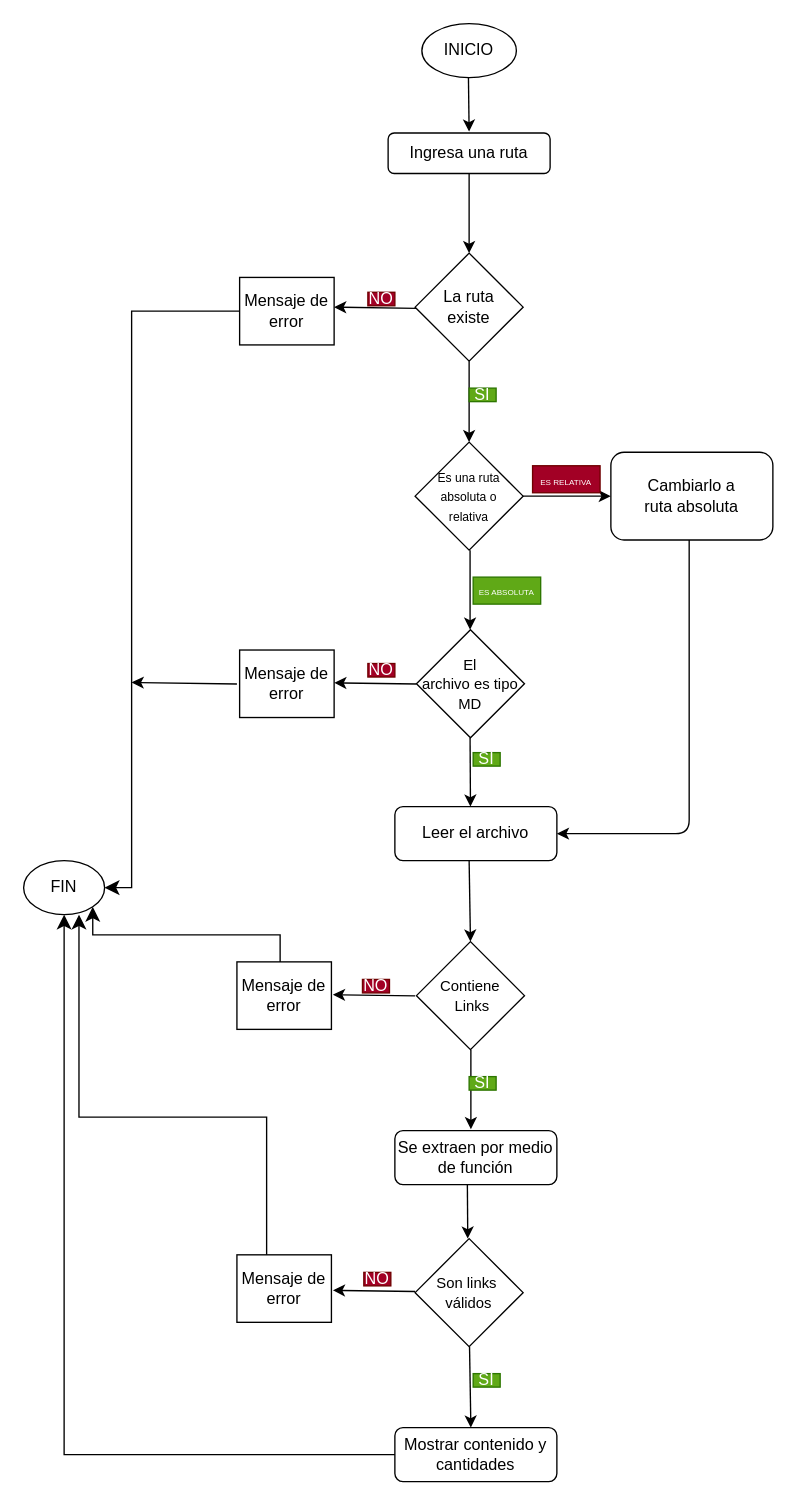
Before: diagrama.drawio in PQ2505/DEV002-md-links, a draw.io diagram. Source tidied: cells renumbered, new cells numbered last; positions are measured from the earlier drawing's top-left corner, leaving out a move shared by most shapes. Both pictures are drawn from the tidied source at 135%, with x=0, y=0 at pixel (23, 23).
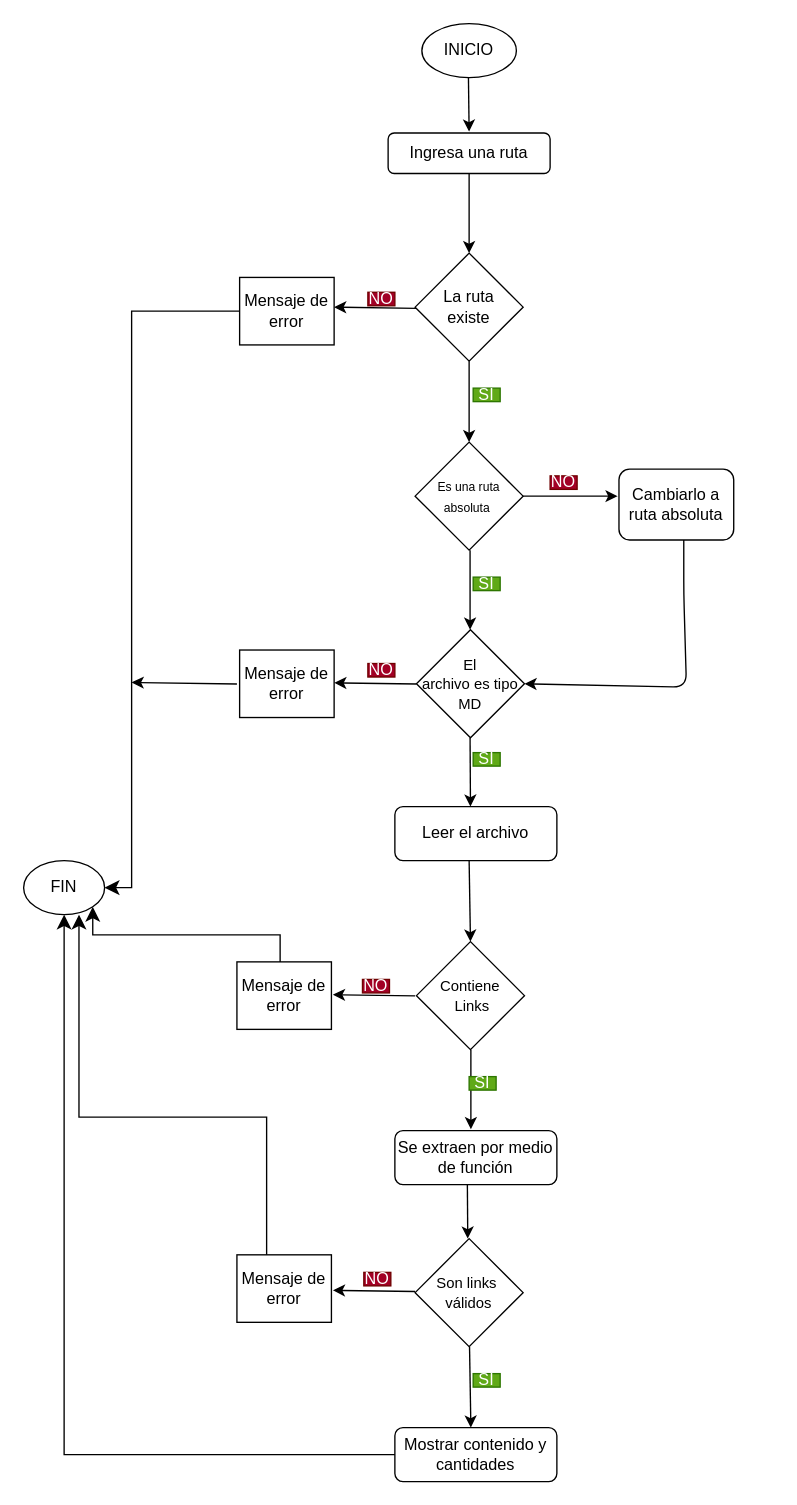
The same diagram, later.

The change refers to these unchanged cells:
```xml
<mxCell id="21" value="&lt;font style=&quot;font-size: 11px;&quot;&gt;El &lt;br&gt;archivo es tipo MD&lt;br&gt;&lt;/font&gt;" style="rhombus;whiteSpace=wrap;html=1;" parent="1" vertex="1">
  <mxGeometry x="291" y="449" width="80" height="80" as="geometry" />
</mxCell>
<mxCell id="22" value="Leer el archivo" style="rounded=1;whiteSpace=wrap;html=1;" parent="1" vertex="1">
  <mxGeometry x="275" y="580" width="120" height="40" as="geometry" />
</mxCell>
```

Change to the diagram source:
```diff
@@
     <mxCell id="9" value="SI" style="text;html=1;strokeColor=#2D7600;fillColor=#60a917;align=center;verticalAlign=middle;whiteSpace=wrap;rounded=0;fontColor=#ffffff;" parent="1" vertex="1">
-      <mxGeometry x="330" y="270" width="20" height="10" as="geometry" />
+      <mxGeometry x="333" y="270" width="20" height="10" as="geometry" />
     </mxCell>
@@
-    <mxCell id="14" value="&lt;font style=&quot;font-size: 9px;&quot;&gt;Es una ruta absoluta o &lt;br&gt;relativa&lt;/font&gt;" style="rhombus;whiteSpace=wrap;html=1;" parent="1" vertex="1">
+    <mxCell id="14" value="&lt;font style=&quot;font-size: 9px;&quot;&gt;Es una ruta absoluta&amp;nbsp;&lt;/font&gt;" style="rhombus;whiteSpace=wrap;html=1;" parent="1" vertex="1">
       <mxGeometry x="290" y="310" width="80" height="80" as="geometry" />
     </mxCell>
@@
-    <mxCell id="16" style="edgeStyle=none;html=1;entryX=0;entryY=0.5;entryDx=0;entryDy=0;fontSize=11;" parent="1" edge="1" target="20">
+    <mxCell id="16" style="edgeStyle=none;html=1;fontSize=11;" parent="1" edge="1">
       <mxGeometry relative="1" as="geometry">
         <mxPoint x="370" y="350" as="sourcePoint" />
+        <mxPoint x="440" y="350" as="targetPoint" />
       </mxGeometry>
     </mxCell>
-    <mxCell id="17" value="&lt;font style=&quot;font-size: 6px;&quot;&gt;ES RELATIVA&lt;/font&gt;" style="text;html=1;strokeColor=#6F0000;fillColor=#a20025;align=center;verticalAlign=middle;whiteSpace=wrap;rounded=0;fontColor=#ffffff;" parent="1" vertex="1">
-      <mxGeometry x="377" y="327.5" width="50" height="20" as="geometry" />
-    </mxCell>
-    <mxCell id="18" value="&lt;font style=&quot;font-size: 6px;&quot;&gt;ES ABSOLUTA&lt;/font&gt;" style="text;html=1;strokeColor=#2D7600;fillColor=#60a917;align=center;verticalAlign=middle;whiteSpace=wrap;rounded=0;fontColor=#ffffff;" parent="1" vertex="1">
-      <mxGeometry x="333" y="410" width="50" height="20" as="geometry" />
-    </mxCell>
-    <mxCell id="19" style="edgeStyle=none;html=1;fontSize=11;entryX=1;entryY=0.5;entryDx=0;entryDy=0;" parent="1" edge="1" target="22">
+    <mxCell id="19" style="edgeStyle=none;html=1;fontSize=11;entryX=1;entryY=0.5;entryDx=0;entryDy=0;" parent="1" edge="1" target="21">
       <mxGeometry relative="1" as="geometry">
-        <mxPoint x="493" y="380" as="sourcePoint" />
+        <mxPoint x="489" y="382.5" as="sourcePoint" />
         <Array as="points">
-          <mxPoint x="493" y="600" />
+          <mxPoint x="489" y="422.5" />
+          <mxPoint x="491" y="491.5" />
         </Array>
       </mxGeometry>
     </mxCell>
     <mxCell id="20" value="Cambiarlo a &lt;br&gt;ruta absoluta" style="rounded=1;whiteSpace=wrap;html=1;" parent="1" vertex="1">
-      <mxGeometry x="435" y="317.5" width="120" height="65" as="geometry" />
+      <mxGeometry x="441" y="330" width="85" height="52.5" as="geometry" />
     </mxCell>
@@
+    <mxCell id="48" value="SI" style="text;html=1;strokeColor=#2D7600;fillColor=#60a917;align=center;verticalAlign=middle;whiteSpace=wrap;rounded=0;fontColor=#ffffff;" parent="1" vertex="1">
+      <mxGeometry x="333" y="410" width="20" height="10" as="geometry" />
+    </mxCell>
+    <mxCell id="49" value="NO" style="text;html=1;strokeColor=#6F0000;fillColor=#a20025;align=center;verticalAlign=middle;whiteSpace=wrap;rounded=0;fontColor=#ffffff;" parent="1" vertex="1">
+      <mxGeometry x="390" y="335" width="20" height="10" as="geometry" />
+    </mxCell>
```
